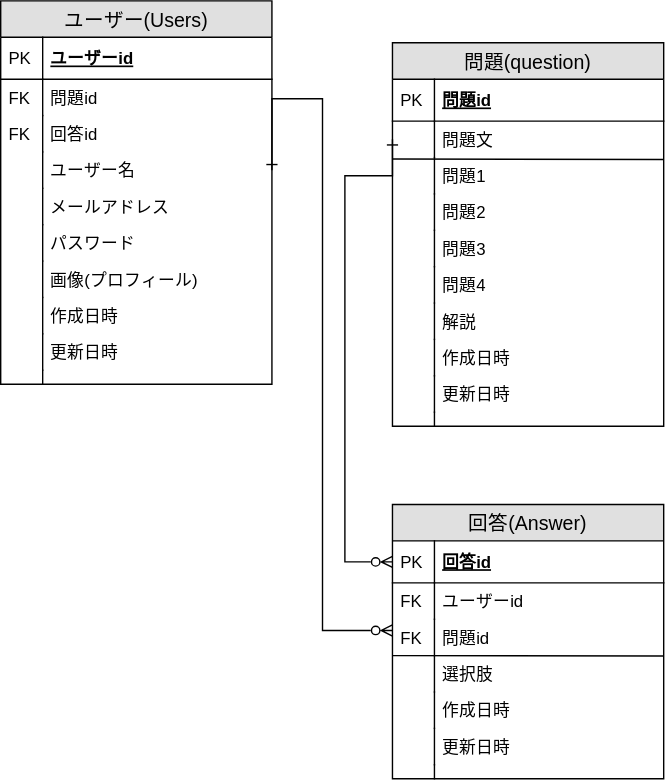
Before: docs/learningアプリ_ER図.drawio.svg, a diagram exported from draw.io (charahana/learning_app). Source tidied: cells renumbered, new cells last; positions are measured from the earlier drawing's top-left corner, leaving out a move shared by most shapes.
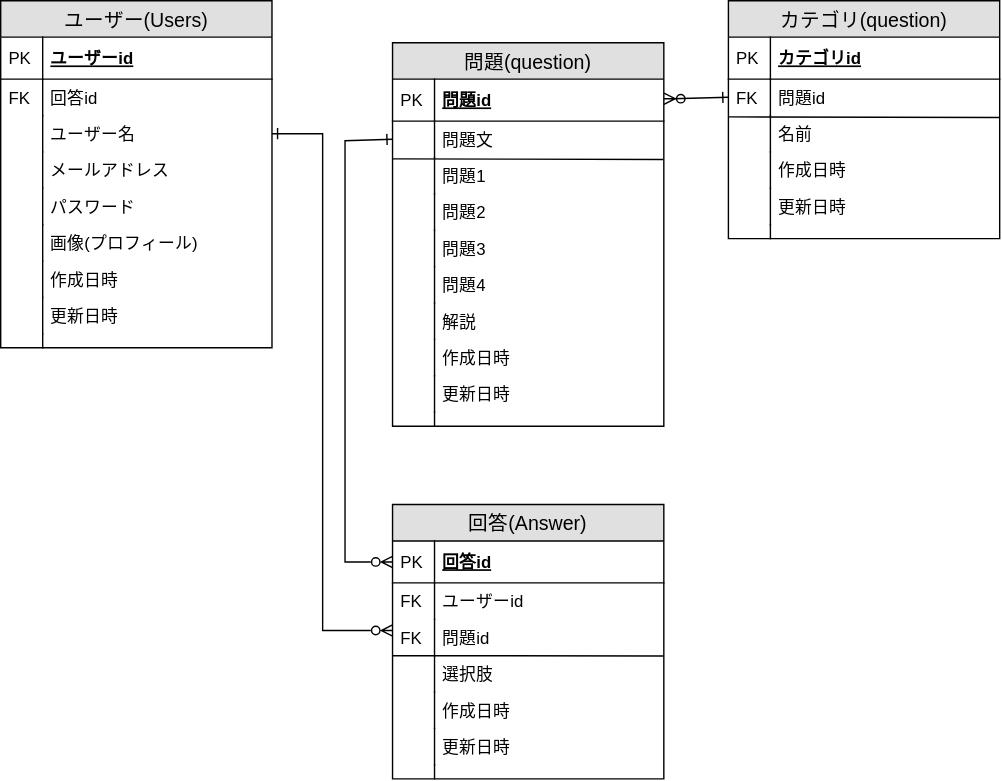
Above is the later version.

Change to the diagram source:
```diff
@@ -3,7 +3,7 @@
     <mxCell id="0" />
     <mxCell id="1" parent="0" />
     <mxCell id="2" value="ユーザー(Users)" style="swimlane;fontStyle=0;horizontal=1;startSize=26;fillColor=#e0e0e0;swimlaneFillColor=#ffffff;align=center;fontSize=14;" parent="1" vertex="1">
-      <mxGeometry width="193.8" height="274" as="geometry" />
+      <mxGeometry width="193.8" height="248" as="geometry" />
     </mxCell>
     <mxCell id="3" value="ユーザーid" style="shape=partialRectangle;top=0;left=0;right=0;bottom=1;align=left;verticalAlign=middle;fillColor=none;spacingLeft=34;spacingRight=4;overflow=hidden;fontStyle=5;fontSize=12;" parent="2" vertex="1">
       <mxGeometry y="26" width="193.8" height="30" as="geometry" />
@@ -11,56 +11,50 @@
     <mxCell id="4" value="PK" style="shape=partialRectangle;top=0;left=0;bottom=0;fillColor=none;align=left;verticalAlign=middle;spacingLeft=4;spacingRight=4;overflow=hidden;fontSize=12;" parent="3" vertex="1">
       <mxGeometry width="30" height="30" as="geometry" />
     </mxCell>
-    <mxCell id="5" value="問題id" style="shape=partialRectangle;top=0;left=0;right=0;bottom=0;align=left;verticalAlign=top;fillColor=none;spacingLeft=34;spacingRight=4;overflow=hidden;points=[[0,0.5],[1,0.5]];portConstraint=eastwest;fontSize=12;" parent="2" vertex="1">
-      <mxGeometry y="56" width="193.8" height="26" as="geometry" />
-    </mxCell>
-    <mxCell id="6" value="FK" style="shape=partialRectangle;top=0;left=0;bottom=0;fillColor=none;align=left;verticalAlign=top;spacingLeft=4;spacingRight=4;overflow=hidden;fontSize=12;" parent="5" vertex="1">
-      <mxGeometry width="30" height="26" as="geometry" />
-    </mxCell>
     <mxCell id="7" value="回答id" style="shape=partialRectangle;top=0;left=0;right=0;bottom=0;align=left;verticalAlign=top;fillColor=none;spacingLeft=34;spacingRight=4;overflow=hidden;fontSize=12;" parent="2" vertex="1">
-      <mxGeometry y="82" width="193.8" height="26" as="geometry" />
+      <mxGeometry y="56" width="193.8" height="26" as="geometry" />
     </mxCell>
     <mxCell id="8" value="FK" style="shape=partialRectangle;top=0;left=0;bottom=0;fillColor=none;align=left;verticalAlign=top;spacingLeft=4;spacingRight=4;overflow=hidden;fontSize=12;" parent="7" vertex="1">
       <mxGeometry width="30" height="26" as="geometry" />
     </mxCell>
     <mxCell id="9" value="ユーザー名" style="shape=partialRectangle;top=0;left=0;right=0;bottom=0;align=left;verticalAlign=top;fillColor=none;spacingLeft=34;spacingRight=4;overflow=hidden;points=[[0,0.5],[1,0.5]];portConstraint=eastwest;fontSize=12;fontColor=#000000;" parent="2" vertex="1">
-      <mxGeometry y="108" width="193.8" height="26" as="geometry" />
+      <mxGeometry y="82" width="193.8" height="26" as="geometry" />
     </mxCell>
     <mxCell id="10" style="shape=partialRectangle;top=0;left=0;bottom=0;fillColor=none;align=left;verticalAlign=top;spacingLeft=4;spacingRight=4;overflow=hidden;fontSize=12;" parent="9" vertex="1">
       <mxGeometry width="30" height="26" as="geometry" />
     </mxCell>
     <mxCell id="11" value="メールアドレス" style="shape=partialRectangle;top=0;left=0;right=0;bottom=0;align=left;verticalAlign=top;fillColor=none;spacingLeft=34;spacingRight=4;overflow=hidden;fontSize=12;fontColor=#000000;" parent="2" vertex="1">
-      <mxGeometry y="134" width="193.8" height="26" as="geometry" />
+      <mxGeometry y="108" width="193.8" height="26" as="geometry" />
     </mxCell>
     <mxCell id="12" style="shape=partialRectangle;top=0;left=0;bottom=0;fillColor=none;align=left;verticalAlign=top;spacingLeft=4;spacingRight=4;overflow=hidden;fontSize=12;" parent="11" vertex="1">
       <mxGeometry width="30" height="26" as="geometry" />
     </mxCell>
     <mxCell id="13" value="パスワード" style="shape=partialRectangle;top=0;left=0;right=0;bottom=0;align=left;verticalAlign=top;fillColor=none;spacingLeft=34;spacingRight=4;overflow=hidden;fontSize=12;" parent="2" vertex="1">
-      <mxGeometry y="160" width="193.8" height="26" as="geometry" />
+      <mxGeometry y="134" width="193.8" height="26" as="geometry" />
     </mxCell>
     <mxCell id="14" style="shape=partialRectangle;top=0;left=0;bottom=0;fillColor=none;align=left;verticalAlign=top;spacingLeft=4;spacingRight=4;overflow=hidden;fontSize=12;" parent="13" vertex="1">
       <mxGeometry width="30" height="26" as="geometry" />
     </mxCell>
     <mxCell id="15" value="画像(プロフィール)" style="shape=partialRectangle;top=0;left=0;right=0;bottom=0;align=left;verticalAlign=top;fillColor=none;spacingLeft=34;spacingRight=4;overflow=hidden;fontSize=12;" parent="2" vertex="1">
-      <mxGeometry y="186" width="193.8" height="26" as="geometry" />
+      <mxGeometry y="160" width="193.8" height="26" as="geometry" />
     </mxCell>
     <mxCell id="16" style="shape=partialRectangle;top=0;left=0;bottom=0;fillColor=none;align=left;verticalAlign=top;spacingLeft=4;spacingRight=4;overflow=hidden;fontSize=12;" parent="15" vertex="1">
       <mxGeometry width="30" height="26" as="geometry" />
     </mxCell>
     <mxCell id="17" value="作成日時" style="shape=partialRectangle;top=0;left=0;right=0;bottom=0;align=left;verticalAlign=top;fillColor=none;spacingLeft=34;spacingRight=4;overflow=hidden;fontSize=12;" parent="2" vertex="1">
-      <mxGeometry y="212" width="193.8" height="26" as="geometry" />
+      <mxGeometry y="186" width="193.8" height="26" as="geometry" />
     </mxCell>
     <mxCell id="18" style="shape=partialRectangle;top=0;left=0;bottom=0;fillColor=none;align=left;verticalAlign=top;spacingLeft=4;spacingRight=4;overflow=hidden;fontSize=12;" parent="17" vertex="1">
       <mxGeometry width="30" height="26" as="geometry" />
     </mxCell>
     <mxCell id="19" value="更新日時" style="shape=partialRectangle;top=0;left=0;right=0;bottom=0;align=left;verticalAlign=top;fillColor=none;spacingLeft=34;spacingRight=4;overflow=hidden;fontSize=12;" parent="2" vertex="1">
-      <mxGeometry y="238" width="193.8" height="26" as="geometry" />
+      <mxGeometry y="212" width="193.8" height="26" as="geometry" />
     </mxCell>
     <mxCell id="20" style="shape=partialRectangle;top=0;left=0;bottom=0;fillColor=none;align=left;verticalAlign=top;spacingLeft=4;spacingRight=4;overflow=hidden;fontSize=12;" parent="19" vertex="1">
       <mxGeometry width="30" height="26" as="geometry" />
     </mxCell>
     <mxCell id="21" style="shape=partialRectangle;top=0;left=0;right=0;bottom=0;align=left;verticalAlign=top;fillColor=none;spacingLeft=34;spacingRight=4;overflow=hidden;fontSize=12;" parent="2" vertex="1">
-      <mxGeometry y="264" width="193.8" height="10" as="geometry" />
+      <mxGeometry y="238" width="193.8" height="10" as="geometry" />
     </mxCell>
     <mxCell id="22" style="shape=partialRectangle;top=0;left=0;bottom=0;fillColor=none;align=left;verticalAlign=top;spacingLeft=4;spacingRight=4;overflow=hidden;fontSize=12;" parent="21" vertex="1">
       <mxGeometry width="30" height="10" as="geometry" />
@@ -188,7 +182,7 @@
       <mxGeometry relative="1" as="geometry">
         <mxPoint x="280" y="450" as="targetPoint" />
         <Array as="points">
-          <mxPoint x="230" y="70" />
+          <mxPoint x="230" y="95" />
           <mxPoint x="230" y="450" />
         </Array>
       </mxGeometry>
@@ -196,10 +190,63 @@
     <mxCell id="62" style="edgeStyle=orthogonalEdgeStyle;rounded=0;jettySize=auto;html=1;startArrow=ERone;startFill=0;endArrow=ERzeroToMany;endFill=0;exitX=0;exitY=0.5;exitDx=0;exitDy=0;entryX=0;entryY=0.5;entryDx=0;entryDy=0;" parent="1" edge="1" source="27" target="46">
       <mxGeometry relative="1" as="geometry">
         <Array as="points">
-          <mxPoint x="246" y="125" />
+          <mxPoint x="246" y="100" />
           <mxPoint x="246" y="401" />
         </Array>
       </mxGeometry>
     </mxCell>
+    <mxCell id="63" value="カテゴリ(question)" style="swimlane;fontStyle=0;horizontal=1;startSize=26;fillColor=#e0e0e0;swimlaneFillColor=#ffffff;align=center;fontSize=14;" parent="1" vertex="1">
+      <mxGeometry x="520" width="193.8" height="170" as="geometry" />
+    </mxCell>
+    <mxCell id="64" value="カテゴリid" style="shape=partialRectangle;top=0;left=0;right=0;bottom=1;align=left;verticalAlign=middle;fillColor=none;spacingLeft=34;spacingRight=4;overflow=hidden;fontStyle=5;fontSize=12;" parent="63" vertex="1">
+      <mxGeometry y="26" width="193.8" height="30" as="geometry" />
+    </mxCell>
+    <mxCell id="65" value="PK" style="shape=partialRectangle;top=0;left=0;bottom=0;fillColor=none;align=left;verticalAlign=middle;spacingLeft=4;spacingRight=4;overflow=hidden;fontSize=12;" parent="64" vertex="1">
+      <mxGeometry width="30" height="30" as="geometry" />
+    </mxCell>
+    <mxCell id="66" style="endArrow=none;html=1;rounded=0;entryX=0.998;entryY=1.055;entryDx=0;entryDy=0;entryPerimeter=0;" parent="63" edge="1">
+      <mxGeometry relative="1" as="geometry">
+        <mxPoint y="83" as="sourcePoint" />
+        <mxPoint x="193.5" y="83.4" as="targetPoint" />
+      </mxGeometry>
+    </mxCell>
+    <mxCell id="5" value="問題id" style="shape=partialRectangle;top=0;left=0;right=0;bottom=0;align=left;verticalAlign=top;fillColor=none;spacingLeft=34;spacingRight=4;overflow=hidden;points=[[0,0.5],[1,0.5]];portConstraint=eastwest;fontSize=12;" parent="63" vertex="1">
+      <mxGeometry y="56" width="193.8" height="26" as="geometry" />
+    </mxCell>
+    <mxCell id="6" value="FK" style="shape=partialRectangle;top=0;left=0;bottom=0;fillColor=none;align=left;verticalAlign=top;spacingLeft=4;spacingRight=4;overflow=hidden;fontSize=12;" parent="5" vertex="1">
+      <mxGeometry width="30" height="26" as="geometry" />
+    </mxCell>
+    <mxCell id="67" value="名前" style="shape=partialRectangle;top=0;left=0;right=0;bottom=0;align=left;verticalAlign=top;fillColor=none;spacingLeft=34;spacingRight=4;overflow=hidden;fontSize=12;" parent="63" vertex="1">
+      <mxGeometry y="82" width="193.8" height="26" as="geometry" />
+    </mxCell>
+    <mxCell id="68" style="shape=partialRectangle;top=0;left=0;bottom=0;fillColor=none;align=left;verticalAlign=top;spacingLeft=4;spacingRight=4;overflow=hidden;fontSize=12;" parent="67" vertex="1">
+      <mxGeometry width="30" height="26" as="geometry" />
+    </mxCell>
+    <mxCell id="69" value="作成日時" style="shape=partialRectangle;top=0;left=0;right=0;bottom=0;align=left;verticalAlign=top;fillColor=none;spacingLeft=34;spacingRight=4;overflow=hidden;fontSize=12;" parent="63" vertex="1">
+      <mxGeometry y="108" width="193.8" height="26" as="geometry" />
+    </mxCell>
+    <mxCell id="70" style="shape=partialRectangle;top=0;left=0;bottom=0;fillColor=none;align=left;verticalAlign=top;spacingLeft=4;spacingRight=4;overflow=hidden;fontSize=12;" parent="69" vertex="1">
+      <mxGeometry width="30" height="26" as="geometry" />
+    </mxCell>
+    <mxCell id="71" value="更新日時" style="shape=partialRectangle;top=0;left=0;right=0;bottom=0;align=left;verticalAlign=top;fillColor=none;spacingLeft=34;spacingRight=4;overflow=hidden;fontSize=12;" parent="63" vertex="1">
+      <mxGeometry y="134" width="193.8" height="26" as="geometry" />
+    </mxCell>
+    <mxCell id="72" style="shape=partialRectangle;top=0;left=0;bottom=0;fillColor=none;align=left;verticalAlign=top;spacingLeft=4;spacingRight=4;overflow=hidden;fontSize=12;" parent="71" vertex="1">
+      <mxGeometry width="30" height="26" as="geometry" />
+    </mxCell>
+    <mxCell id="73" style="shape=partialRectangle;top=0;left=0;right=0;bottom=0;align=left;verticalAlign=top;fillColor=none;spacingLeft=34;spacingRight=4;overflow=hidden;fontSize=12;" parent="63" vertex="1">
+      <mxGeometry y="160" width="193.8" height="10" as="geometry" />
+    </mxCell>
+    <mxCell id="74" style="shape=partialRectangle;top=0;left=0;bottom=0;fillColor=none;align=left;verticalAlign=top;spacingLeft=4;spacingRight=4;overflow=hidden;fontSize=12;" parent="73" vertex="1">
+      <mxGeometry width="30" height="10" as="geometry" />
+    </mxCell>
+    <mxCell id="75" style="edgeStyle=orthogonalEdgeStyle;rounded=0;jettySize=auto;html=1;startArrow=ERone;startFill=0;endArrow=ERzeroToMany;endFill=0;exitX=0;exitY=0.5;exitDx=0;exitDy=0;entryX=1;entryY=0.5;entryDx=0;entryDy=0;jumpSize=0;" parent="1" edge="1" source="5" target="24">
+      <mxGeometry relative="1" as="geometry">
+        <Array as="points">
+          <mxPoint x="480" y="70" />
+          <mxPoint x="480" y="70" />
+        </Array>
+      </mxGeometry>
+    </mxCell>
   </root>
 </mxGraphModel>
```
